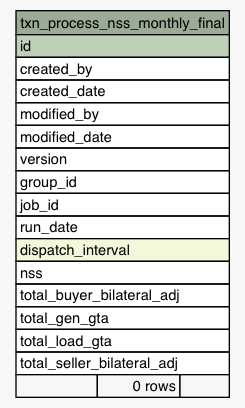
eyana-m/python-data-dictionary-writer keeps this Graphviz diagram as Data/settlement/diagrams/summary/txn_process_nss_monthly_final.1degree.png. Above is the earlier version. Its source is kept beside it as Data/settlement/diagrams/summary/txn_process_nss_monthly_final.1degree.dot.
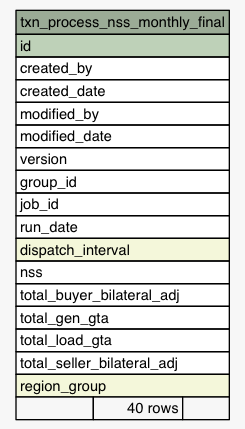
Above is the later version.

The edit, as a diff of the source:
```diff
@@ -34,7 +34,8 @@
       <TR><TD PORT="total_gen_gta" COLSPAN="3" ALIGN="LEFT">total_gen_gta</TD></TR>
       <TR><TD PORT="total_load_gta" COLSPAN="3" ALIGN="LEFT">total_load_gta</TD></TR>
       <TR><TD PORT="total_seller_bilateral_adj" COLSPAN="3" ALIGN="LEFT">total_seller_bilateral_adj</TD></TR>
-      <TR><TD ALIGN="LEFT" BGCOLOR="#f7f7f7">  </TD><TD ALIGN="RIGHT" BGCOLOR="#f7f7f7">0 rows</TD><TD ALIGN="RIGHT" BGCOLOR="#f7f7f7">  </TD></TR>
+      <TR><TD PORT="region_group" COLSPAN="3" BGCOLOR="#f4f7da" ALIGN="LEFT">region_group</TD></TR>
+      <TR><TD ALIGN="LEFT" BGCOLOR="#f7f7f7">  </TD><TD ALIGN="RIGHT" BGCOLOR="#f7f7f7">40 rows</TD><TD ALIGN="RIGHT" BGCOLOR="#f7f7f7">  </TD></TR>
     </TABLE>>
     URL="tables/txn_process_nss_monthly_final.html"
     tooltip="txn_process_nss_monthly_final"
```
